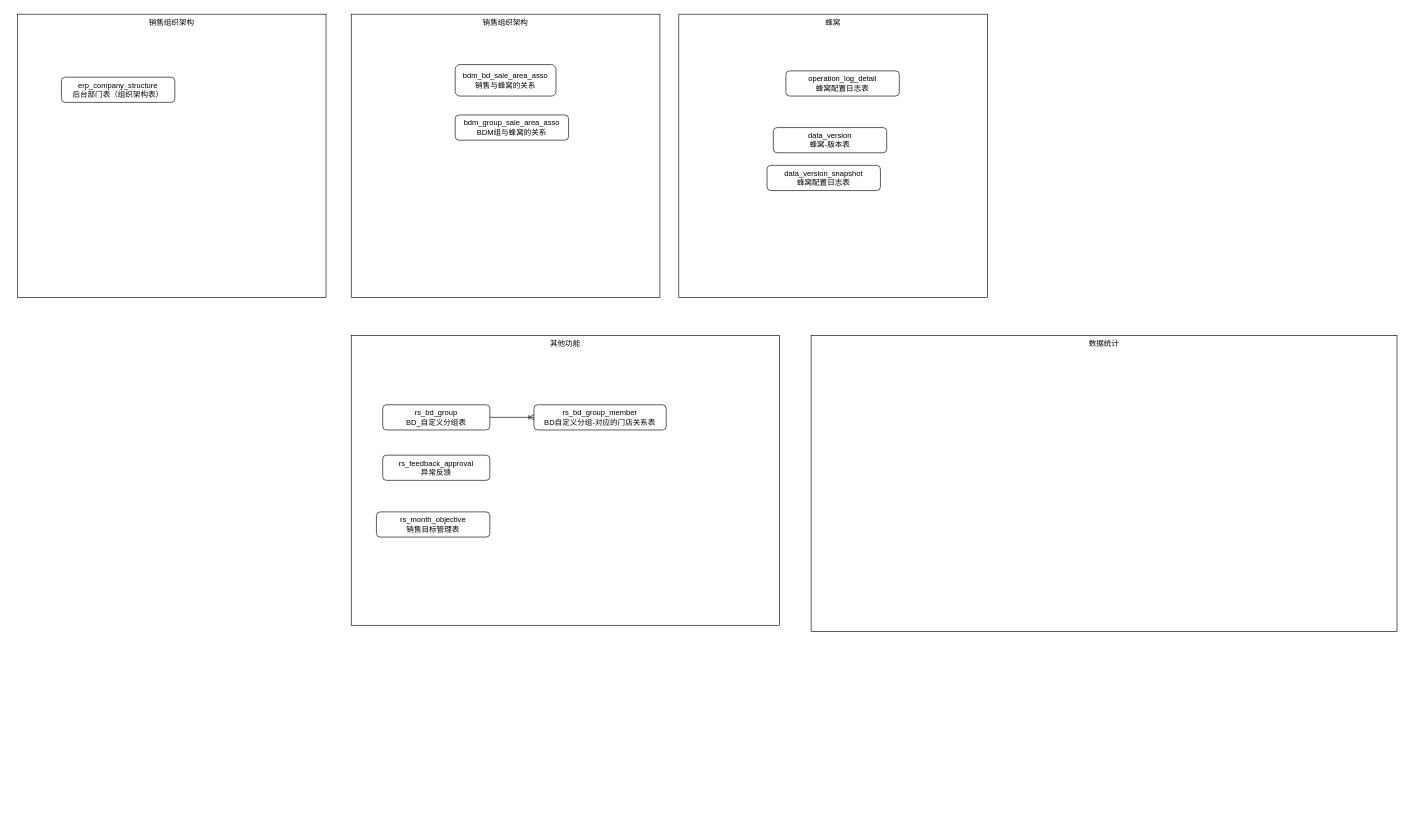
This is RS-ER图.drawio from shixiaoding/draw, a draw.io file, before an edit. Source tidied: cells renumbered, new cells numbered last; positions are measured from the earlier drawing's top-left corner, leaving out a move shared by most shapes. Both pictures are drawn from the tidied source at 63%, with x=0, y=0 at pixel (17, 14).
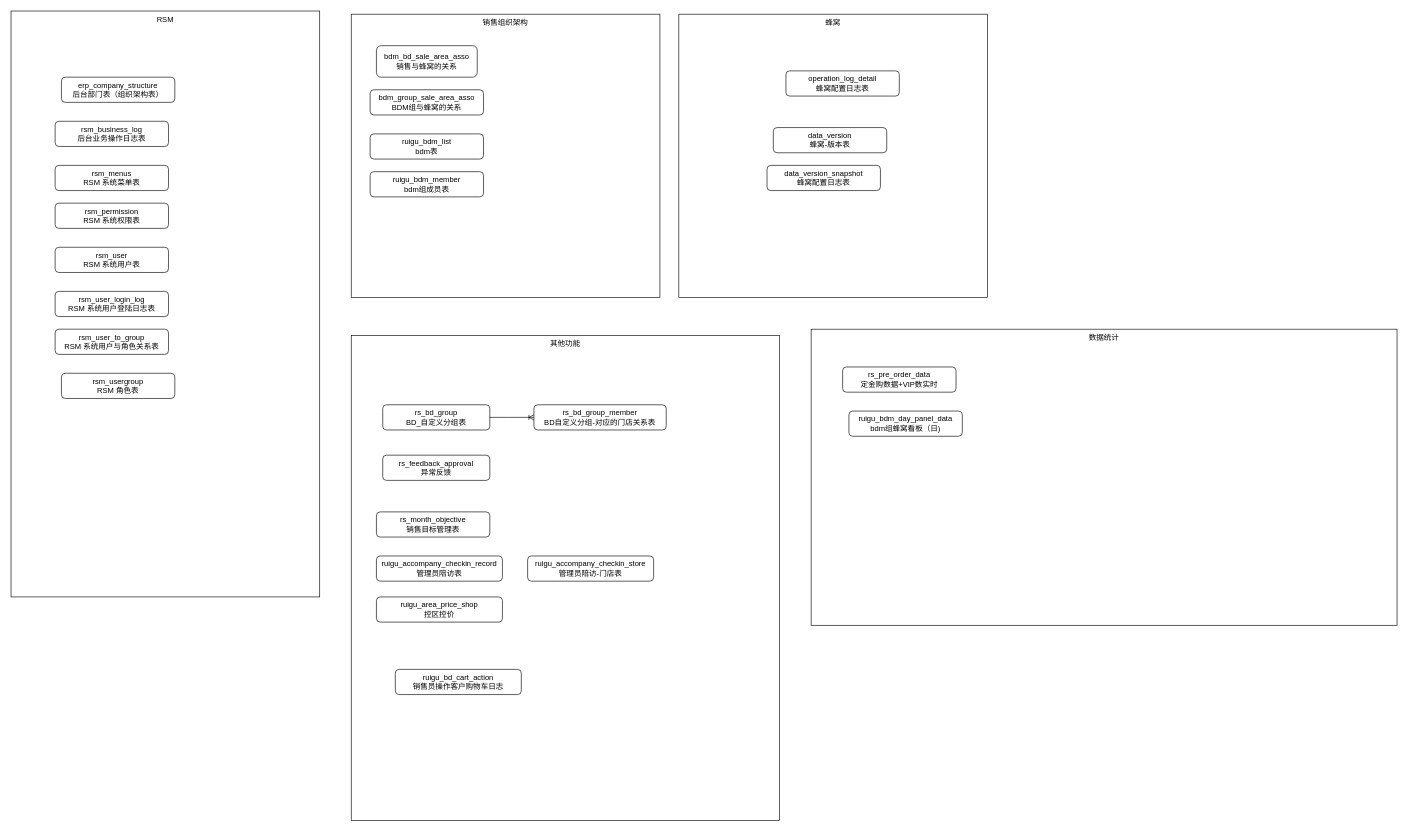
After the change.

The edit, as a diff of the source:
```diff
@@
-    <mxCell id="2" value="销售组织架构" style="rounded=0;whiteSpace=wrap;html=1;verticalAlign=top;" parent="1" vertex="1">
-      <mxGeometry width="490" height="450" as="geometry" />
+    <mxCell id="2" value="RSM" style="rounded=0;whiteSpace=wrap;html=1;verticalAlign=top;" parent="1" vertex="1">
+      <mxGeometry x="-10" y="-5" width="490" height="930" as="geometry" />
     </mxCell>
@@
     <mxCell id="5" value="其他功能" style="rounded=0;whiteSpace=wrap;html=1;verticalAlign=top;" parent="1" vertex="1">
-      <mxGeometry x="530" y="510" width="680" height="460" as="geometry" />
+      <mxGeometry x="530" y="510" width="680" height="770" as="geometry" />
     </mxCell>
     <mxCell id="6" value="bdm_bd_sale_area_asso&lt;br&gt;销售与蜂窝的关系" style="rounded=1;whiteSpace=wrap;html=1;" parent="1" vertex="1">
-      <mxGeometry x="695" y="80" width="160" height="50" as="geometry" />
+      <mxGeometry x="570" y="50" width="160" height="50" as="geometry" />
     </mxCell>
     <mxCell id="7" value="bdm_group_sale_area_asso&lt;br&gt;BDM组与蜂窝的关系" style="rounded=1;whiteSpace=wrap;html=1;" parent="1" vertex="1">
-      <mxGeometry x="695" y="160" width="180" height="40" as="geometry" />
+      <mxGeometry x="560" y="120" width="180" height="40" as="geometry" />
     </mxCell>
@@
     <mxCell id="16" value="数据统计" style="rounded=0;whiteSpace=wrap;html=1;verticalAlign=top;" parent="1" vertex="1">
-      <mxGeometry x="1260" y="510" width="930" height="470" as="geometry" />
+      <mxGeometry x="1260" y="500" width="930" height="470" as="geometry" />
     </mxCell>
@@
+    <mxCell id="18" value="rs_pre_order_data&lt;br&gt;定金购数据+VIP数实时" style="rounded=1;whiteSpace=wrap;html=1;" parent="1" vertex="1">
+      <mxGeometry x="1310" y="560" width="180" height="40" as="geometry" />
+    </mxCell>
+    <mxCell id="19" value="rsm_business_log&lt;br&gt;后台业务操作日志表" style="rounded=1;whiteSpace=wrap;html=1;" parent="1" vertex="1">
+      <mxGeometry x="60" y="170" width="180" height="40" as="geometry" />
+    </mxCell>
+    <mxCell id="20" value="rsm_menus&lt;br&gt;RSM 系统菜单表" style="rounded=1;whiteSpace=wrap;html=1;" parent="1" vertex="1">
+      <mxGeometry x="60" y="240" width="180" height="40" as="geometry" />
+    </mxCell>
+    <mxCell id="21" value="rsm_permission&lt;br&gt;RSM 系统权限表" style="rounded=1;whiteSpace=wrap;html=1;" parent="1" vertex="1">
+      <mxGeometry x="60" y="300" width="180" height="40" as="geometry" />
+    </mxCell>
+    <mxCell id="22" value="rsm_user&lt;br&gt;RSM 系统用户表" style="rounded=1;whiteSpace=wrap;html=1;" parent="1" vertex="1">
+      <mxGeometry x="60" y="370" width="180" height="40" as="geometry" />
+    </mxCell>
+    <mxCell id="23" value="rsm_user_login_log&lt;br&gt;RSM 系统用户登陆日志表" style="rounded=1;whiteSpace=wrap;html=1;" parent="1" vertex="1">
+      <mxGeometry x="60" y="440" width="180" height="40" as="geometry" />
+    </mxCell>
+    <mxCell id="24" value="rsm_user_to_group&lt;br&gt;RSM 系统用户与角色关系表" style="rounded=1;whiteSpace=wrap;html=1;" parent="1" vertex="1">
+      <mxGeometry x="60" y="500" width="180" height="40" as="geometry" />
+    </mxCell>
+    <mxCell id="25" value="rsm_usergroup&lt;br&gt;RSM 角色表" style="rounded=1;whiteSpace=wrap;html=1;" parent="1" vertex="1">
+      <mxGeometry x="70" y="570" width="180" height="40" as="geometry" />
+    </mxCell>
+    <mxCell id="26" value="&lt;span style=&quot;color: rgb(0, 0, 0); font-family: Helvetica; font-size: 12px; font-style: normal; font-variant-ligatures: normal; font-variant-caps: normal; font-weight: 400; letter-spacing: normal; orphans: 2; text-align: left; text-indent: 0px; text-transform: none; widows: 2; word-spacing: 0px; -webkit-text-stroke-width: 0px; white-space: normal; background-color: rgb(251, 251, 251); text-decoration-thickness: initial; text-decoration-style: initial; text-decoration-color: initial; display: inline !important; float: none;&quot;&gt;ruigu_accompany_checkin_record&lt;br&gt;管理员陪访表&lt;/span&gt;" style="rounded=1;whiteSpace=wrap;html=1;" parent="1" vertex="1">
+      <mxGeometry x="570" y="860" width="200" height="40" as="geometry" />
+    </mxCell>
+    <mxCell id="27" value="&lt;span style=&quot;color: rgb(0, 0, 0); font-family: Helvetica; font-size: 12px; font-style: normal; font-variant-ligatures: normal; font-variant-caps: normal; font-weight: 400; letter-spacing: normal; orphans: 2; text-align: left; text-indent: 0px; text-transform: none; widows: 2; word-spacing: 0px; -webkit-text-stroke-width: 0px; white-space: normal; background-color: rgb(251, 251, 251); text-decoration-thickness: initial; text-decoration-style: initial; text-decoration-color: initial; display: inline !important; float: none;&quot;&gt;ruigu_accompany_checkin_store&lt;br&gt;管理员陪访-门店表&lt;/span&gt;" style="rounded=1;whiteSpace=wrap;html=1;" parent="1" vertex="1">
+      <mxGeometry x="810" y="860" width="200" height="40" as="geometry" />
+    </mxCell>
+    <mxCell id="28" value="&lt;span style=&quot;color: rgb(0, 0, 0); font-family: Helvetica; font-size: 12px; font-style: normal; font-variant-ligatures: normal; font-variant-caps: normal; font-weight: 400; letter-spacing: normal; orphans: 2; text-align: left; text-indent: 0px; text-transform: none; widows: 2; word-spacing: 0px; -webkit-text-stroke-width: 0px; white-space: normal; background-color: rgb(251, 251, 251); text-decoration-thickness: initial; text-decoration-style: initial; text-decoration-color: initial; display: inline !important; float: none;&quot;&gt;ruigu_area_price_shop&lt;br&gt;控区控价&lt;/span&gt;" style="rounded=1;whiteSpace=wrap;html=1;" parent="1" vertex="1">
+      <mxGeometry x="570" y="925" width="200" height="40" as="geometry" />
+    </mxCell>
+    <mxCell id="29" value="&lt;span style=&quot;color: rgb(0, 0, 0); font-family: Helvetica; font-size: 12px; font-style: normal; font-variant-ligatures: normal; font-variant-caps: normal; font-weight: 400; letter-spacing: normal; orphans: 2; text-align: left; text-indent: 0px; text-transform: none; widows: 2; word-spacing: 0px; -webkit-text-stroke-width: 0px; white-space: normal; background-color: rgb(251, 251, 251); text-decoration-thickness: initial; text-decoration-style: initial; text-decoration-color: initial; display: inline !important; float: none;&quot;&gt;ruigu_bd_cart_action&lt;br&gt;销售员操作客户购物车日志&lt;/span&gt;" style="rounded=1;whiteSpace=wrap;html=1;" parent="1" vertex="1">
+      <mxGeometry x="600" y="1040" width="200" height="40" as="geometry" />
+    </mxCell>
+    <mxCell id="30" value="ruigu_bdm_day_panel_data&lt;div&gt;bdm组蜂窝看板（日)&lt;br&gt;&lt;/div&gt;" style="rounded=1;whiteSpace=wrap;html=1;" parent="1" vertex="1">
+      <mxGeometry x="1320" y="630" width="180" height="40" as="geometry" />
+    </mxCell>
+    <mxCell id="31" value="ruigu_bdm_list&lt;br&gt;bdm表" style="rounded=1;whiteSpace=wrap;html=1;" parent="1" vertex="1">
+      <mxGeometry x="560" y="190" width="180" height="40" as="geometry" />
+    </mxCell>
+    <mxCell id="32" value="ruigu_bdm_member&lt;br&gt;bdm组成员表" style="rounded=1;whiteSpace=wrap;html=1;" parent="1" vertex="1">
+      <mxGeometry x="560" y="250" width="180" height="40" as="geometry" />
+    </mxCell>
```
